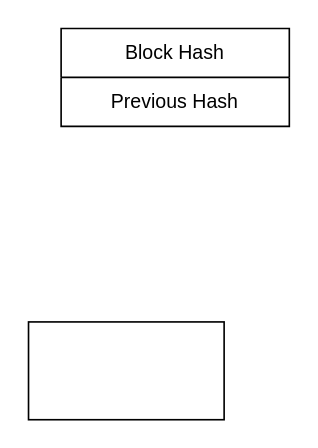
Above: blocks.drawio in sunmiao0301/Public-Pic-Bed (draw.io), before the change. Source tidied: cells renumbered, new cells numbered last; positions are measured from the earlier drawing's top-left corner, leaving out a move shared by most shapes. Both pictures are drawn from the tidied source at 163%, with x=0, y=0 at pixel (28, 28).
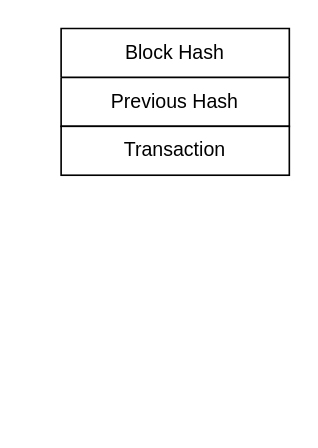
Above is the later version.

Diff of the diagram source:
```diff
@@
 <mxGraphModel>
   <root>
     <mxCell id="0" />
     <mxCell id="1" parent="0" />
     <mxCell id="2" value="Block Hash" style="swimlane;fontStyle=0;horizontal=1;startSize=30;whiteSpace=wrap;html=1;" parent="1" vertex="1">
       <mxGeometry x="20" width="140" height="60" as="geometry" />
     </mxCell>
     <mxCell id="3" value="Previous Hash" style="text;strokeColor=none;fillColor=none;align=center;verticalAlign=middle;spacingLeft=4;spacingRight=4;overflow=hidden;whiteSpace=wrap;html=1;" parent="2" vertex="1">
       <mxGeometry y="30" width="140" height="30" as="geometry" />
     </mxCell>
-    <mxCell id="4" style="rounded=0;whiteSpace=wrap;html=1;" parent="1" vertex="1">
-      <mxGeometry y="180" width="120" height="60" as="geometry" />
+    <mxCell id="4" value="Transaction" style="rounded=0;whiteSpace=wrap;html=1;" parent="1" vertex="1">
+      <mxGeometry x="20" y="60" width="140" height="30" as="geometry" />
     </mxCell>
   </root>
 </mxGraphModel>
```
